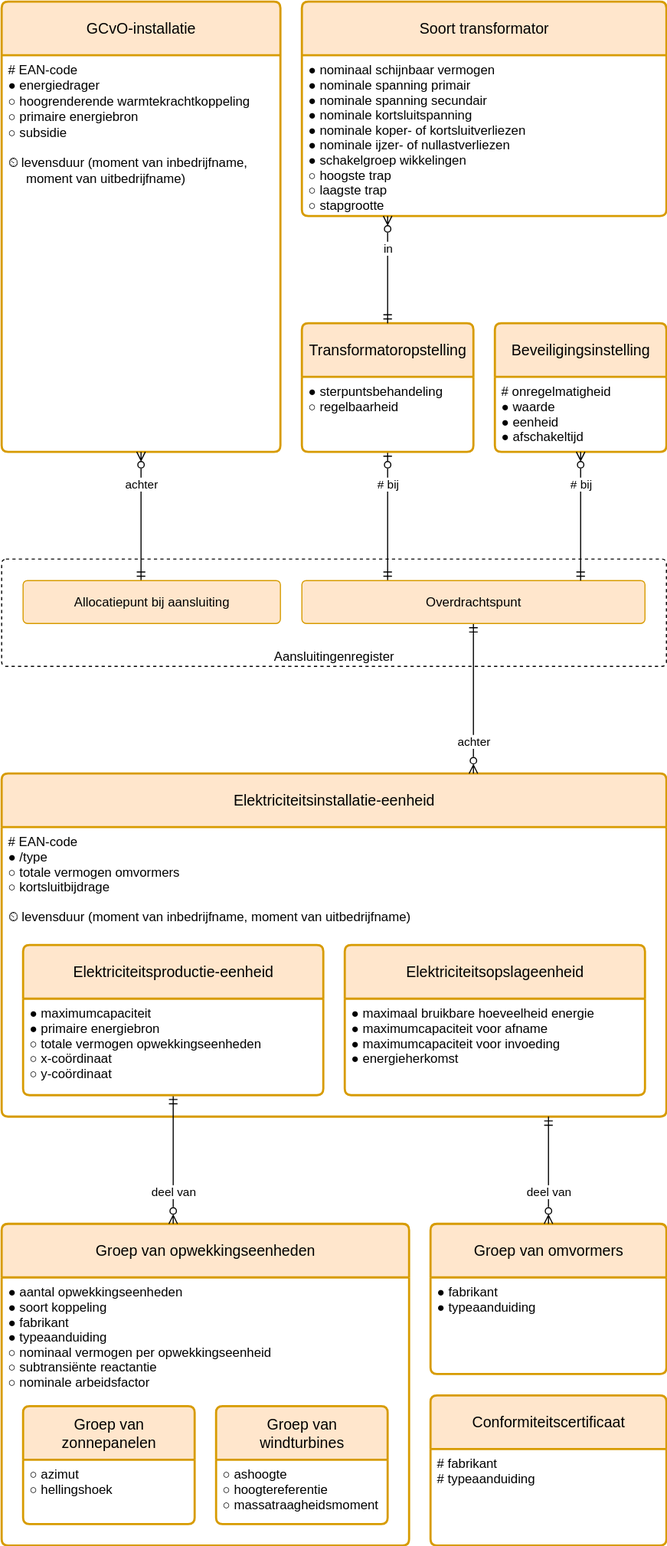
Above: modellen/registers/installatieregister/1.0.0/model.drawio.svg in sefanja/nbnl-conceptuele-informatiemodellen (draw.io), before the change. Source tidied: cells renumbered, new cells last; positions are measured from the earlier drawing's top-left corner, leaving out a move shared by most shapes.
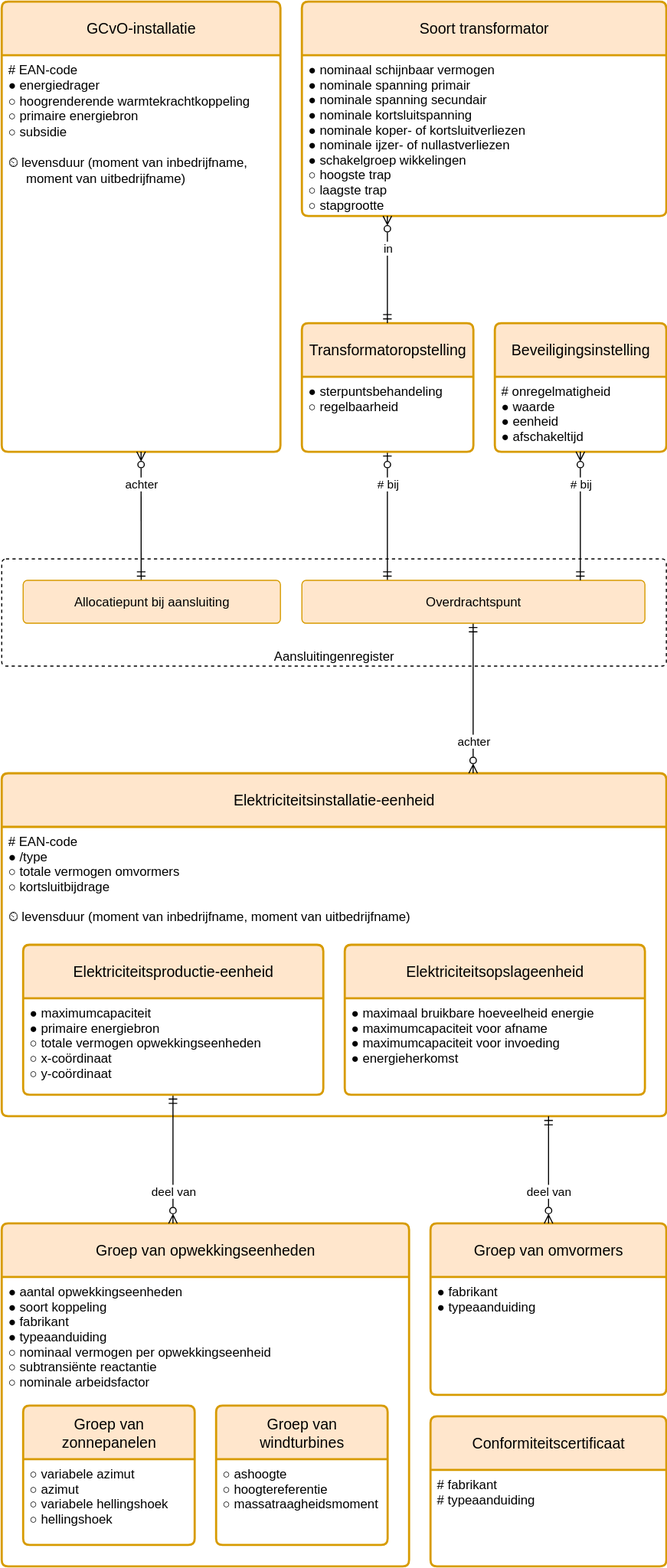
After the commit.

What changed in the source:
```diff
@@ -21,10 +21,10 @@
       <mxGeometry y="50" width="620" height="270" as="geometry" />
     </mxCell>
     <mxCell id="8" value="Groep van opwekkingseenheden" style="swimlane;horizontal=1;startSize=50;rounded=1;fontSize=14;fontStyle=0;strokeWidth=2;shadow=0;dashed=0;align=center;fillColor=#ffe6cc;strokeColor=#d79b00;arcSize=4;whiteSpace=wrap;html=1;spacing=10;" parent="1" vertex="1">
-      <mxGeometry y="1140" width="380" height="300" as="geometry" />
+      <mxGeometry y="1140" width="380" height="320" as="geometry" />
     </mxCell>
     <mxCell id="9" value="● aantal opwekkingseenheden&#10;● soort koppeling&#10;● fabrikant&#10;● typeaanduiding&#10;○ nominaal vermogen per opwekkingseenheid&#10;○ subtransiënte reactantie&#10;○ nominale arbeidsfactor" style="align=left;strokeColor=none;fillColor=none;spacingLeft=4;fontSize=12;verticalAlign=top;" parent="8" vertex="1">
-      <mxGeometry y="50" width="380" height="250" as="geometry" />
+      <mxGeometry y="50" width="380" height="270" as="geometry" />
     </mxCell>
     <mxCell id="10" value="Soort transformator" style="swimlane;horizontal=1;startSize=50;rounded=1;fontSize=14;fontStyle=0;strokeWidth=2;shadow=0;dashed=0;align=center;fillColor=#ffe6cc;strokeColor=#d79b00;arcSize=4;whiteSpace=wrap;html=1;spacing=10;" parent="1" vertex="1">
       <mxGeometry x="280" width="340" height="200" as="geometry" />
@@ -57,7 +57,7 @@
       <mxGeometry x="280" y="540" width="320" height="40" as="geometry" />
     </mxCell>
     <mxCell id="20" value="Conformiteitscertificaat" style="swimlane;horizontal=1;startSize=50;rounded=1;fontSize=14;fontStyle=0;strokeWidth=2;shadow=0;dashed=0;align=center;fillColor=#ffe6cc;strokeColor=#d79b00;arcSize=4;whiteSpace=wrap;html=1;spacing=10;" parent="1" vertex="1">
-      <mxGeometry x="400" y="1300" width="220" height="140" as="geometry" />
+      <mxGeometry x="400" y="1320" width="220" height="140" as="geometry" />
     </mxCell>
     <mxCell id="21" value="# fabrikant&#10;# typeaanduiding" style="align=left;strokeColor=none;fillColor=none;spacingLeft=4;fontSize=12;verticalAlign=top;" parent="20" vertex="1">
       <mxGeometry y="50" width="220" height="90" as="geometry" />
@@ -75,10 +75,10 @@
       <mxGeometry x="0.5" relative="1" as="geometry" />
     </mxCell>
     <mxCell id="26" value="Groep van omvormers" style="swimlane;horizontal=1;startSize=50;rounded=1;fontSize=14;fontStyle=0;strokeWidth=2;shadow=0;dashed=0;align=center;fillColor=#ffe6cc;strokeColor=#d79b00;arcSize=4;whiteSpace=wrap;html=1;spacing=10;" parent="1" vertex="1">
-      <mxGeometry x="400" y="1140" width="220" height="140" as="geometry" />
+      <mxGeometry x="400" y="1140" width="220" height="160" as="geometry" />
     </mxCell>
     <mxCell id="27" value="● fabrikant&#10;● typeaanduiding" style="align=left;strokeColor=none;fillColor=none;spacingLeft=4;fontSize=12;verticalAlign=top;" parent="26" vertex="1">
-      <mxGeometry y="50" width="220" height="90" as="geometry" />
+      <mxGeometry y="50" width="220" height="110" as="geometry" />
     </mxCell>
     <mxCell id="28" value="deel van" style="endArrow=ERzeroToMany;html=1;rounded=0;startArrow=ERmandOne;startFill=0;endFill=0;align=center;edgeStyle=elbowEdgeStyle;entryX=0.5;entryY=0;entryDx=0;entryDy=0;" parent="1" edge="1" source="6" target="26">
       <mxGeometry x="0.4" relative="1" as="geometry" />
@@ -93,16 +93,16 @@
       <mxGeometry x="0.4" relative="1" as="geometry" />
     </mxCell>
     <mxCell id="32" value="Groep van zonnepanelen" style="swimlane;horizontal=1;startSize=50;rounded=1;fontSize=14;fontStyle=0;strokeWidth=2;shadow=0;dashed=0;align=center;fillColor=#ffe6cc;strokeColor=#d79b00;arcSize=4;whiteSpace=wrap;html=1;spacing=10;" parent="1" vertex="1">
-      <mxGeometry x="20" y="1310" width="160" height="110" as="geometry" />
+      <mxGeometry x="20" y="1310" width="160" height="130" as="geometry" />
     </mxCell>
-    <mxCell id="33" value="○ azimut&#10;○ hellingshoek" style="align=left;strokeColor=none;fillColor=none;spacingLeft=4;fontSize=12;verticalAlign=top;" parent="32" vertex="1">
-      <mxGeometry y="50" width="160" height="60" as="geometry" />
+    <mxCell id="33" value="○ variabele azimut&#10;○ azimut&#10;○ variabele hellingshoek&#10;○ hellingshoek" style="align=left;strokeColor=none;fillColor=none;spacingLeft=4;fontSize=12;verticalAlign=top;" parent="32" vertex="1">
+      <mxGeometry y="50" width="160" height="80" as="geometry" />
     </mxCell>
     <mxCell id="34" value="Groep van windturbines" style="swimlane;horizontal=1;startSize=50;rounded=1;fontSize=14;fontStyle=0;strokeWidth=2;shadow=0;dashed=0;align=center;fillColor=#ffe6cc;strokeColor=#d79b00;arcSize=4;whiteSpace=wrap;html=1;spacing=10;" parent="1" vertex="1">
-      <mxGeometry x="200" y="1310" width="160" height="110" as="geometry" />
+      <mxGeometry x="200" y="1310" width="160" height="130" as="geometry" />
     </mxCell>
     <mxCell id="35" value="○ ashoogte&#10;○ hoogtereferentie&#10;○ massatraagheidsmoment" style="align=left;strokeColor=none;fillColor=none;spacingLeft=4;fontSize=12;verticalAlign=top;" parent="34" vertex="1">
-      <mxGeometry y="50" width="160" height="60" as="geometry" />
+      <mxGeometry y="50" width="160" height="80" as="geometry" />
     </mxCell>
   </root>
 </mxGraphModel>
```
